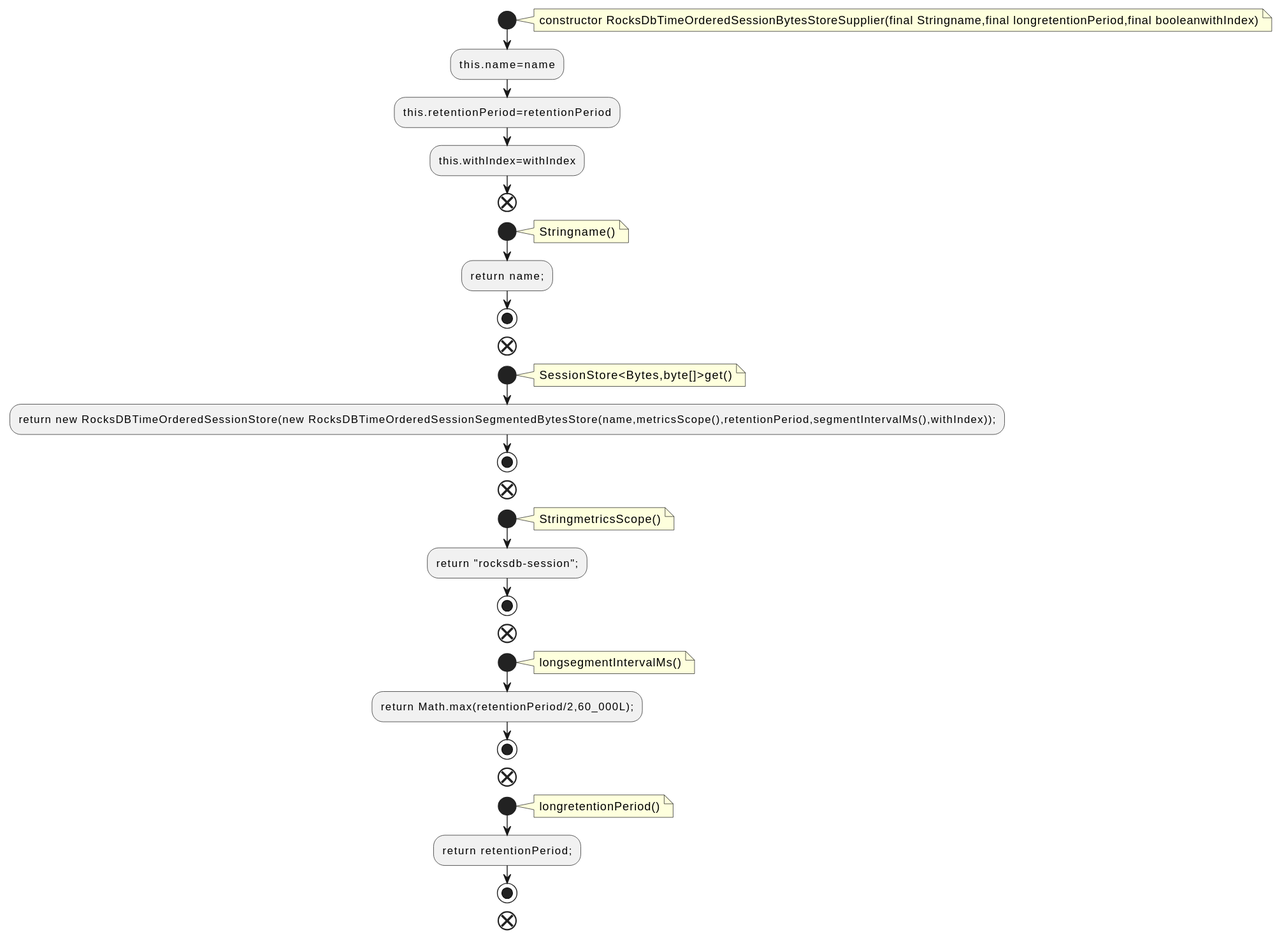
Before: docs/qc/streams/src/main/java/org/apache/kafka/streams/state/internals/RocksDbTimeOrderedSessionBytesStoreSupplier.java.fct.svg, a diagram exported from PlantUML (qualitesys/kafka).
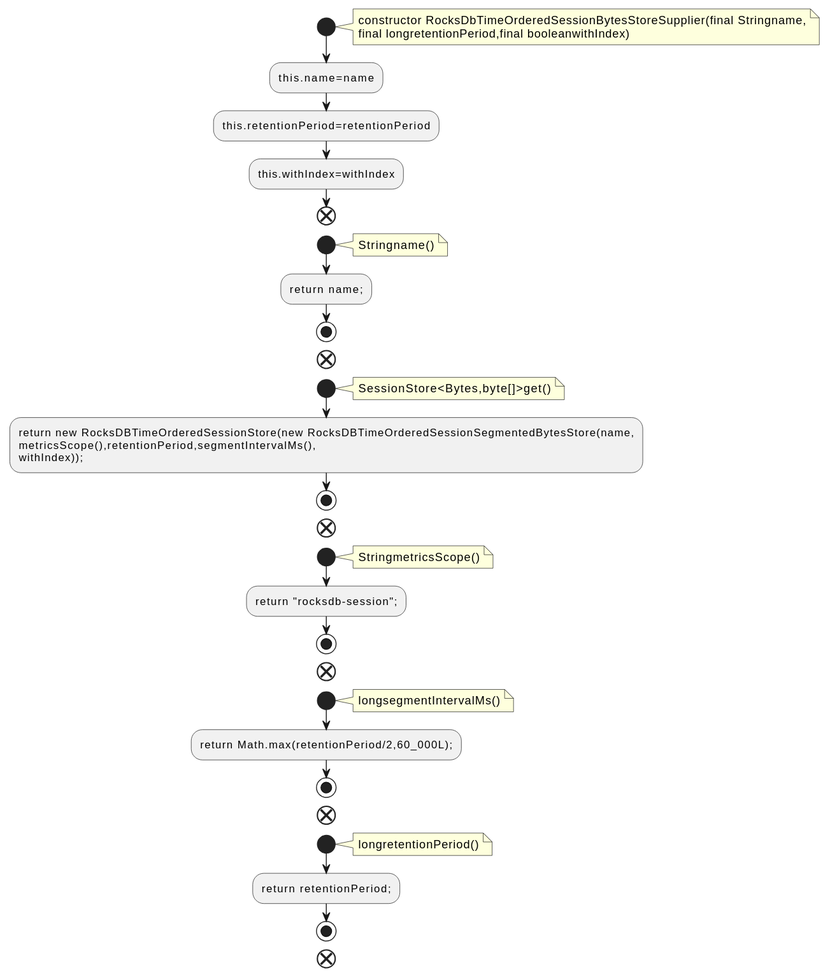
Later version of the same file.

The edit, as a diff of the source:
```diff
@@ -2,7 +2,8 @@
 !pragma layout smetana
 start
 note right
-constructor RocksDbTimeOrderedSessionBytesStoreSupplier(final Stringname,final longretentionPeriod,final booleanwithIndex)
+constructor RocksDbTimeOrderedSessionBytesStoreSupplier(final Stringname,
+final longretentionPeriod,final booleanwithIndex)
 end note
 :this.name=name;
 :this.retentionPeriod=retentionPeriod;
@@ -19,7 +20,9 @@
 note right
 SessionStore<Bytes,byte[]>get()
 end note
-:return new RocksDBTimeOrderedSessionStore(new RocksDBTimeOrderedSessionSegmentedBytesStore(name,metricsScope(),retentionPeriod,segmentIntervalMs(),withIndex));;
+:return new RocksDBTimeOrderedSessionStore(new RocksDBTimeOrderedSessionSegmentedBytesStore(name,
+metricsScope(),retentionPeriod,segmentIntervalMs(),
+withIndex));;
 stop
 end
 start
```
